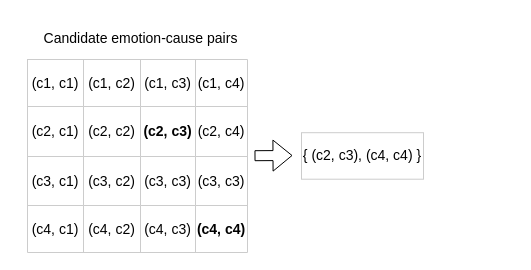
This is figure1b.drawio from zhoucz97/paper_figure, a draw.io file, before an edit. Source tidied: cells renumbered, new cells numbered last; positions are measured from the earlier drawing's top-left corner, leaving out a move shared by most shapes. Both pictures are drawn from the tidied source at 100%, with x=0, y=0 at pixel (27, 28).
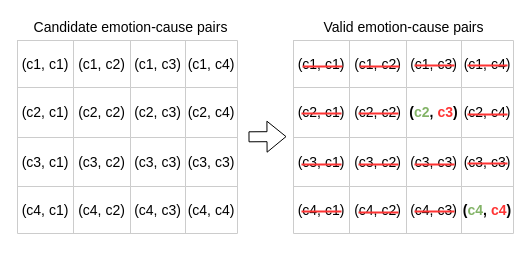
After the change.

The change refers to these unchanged cells:
```xml
<mxCell id="8" style="shape=partialRectangle;fillColor=none;top=0;left=0;bottom=0;right=0;" parent="2" vertex="1">
  <mxGeometry y="47" width="220" height="50" as="geometry" />
</mxCell>
<mxCell id="18" style="shape=partialRectangle;fillColor=none;top=0;left=0;bottom=0;right=0;" parent="2" vertex="1">
  <mxGeometry y="146" width="220" height="47" as="geometry" />
</mxCell>
```

What changed in the source:
```diff
@@
     <mxCell id="2" style="shape=table;startSize=0;childLayout=tableLayout;strokeColor=#CCCCCC;" parent="1" vertex="1">
-      <mxGeometry y="31" width="220" height="193" as="geometry" />
+      <mxGeometry x="-10" y="12" width="220" height="193" as="geometry" />
     </mxCell>
@@
-    <mxCell id="11" value="&lt;span style=&quot;font-size: 14px&quot;&gt;&lt;b&gt;(c2, c3)&lt;/b&gt;&lt;/span&gt;" style="shape=partialRectangle;html=1;whiteSpace=wrap;overflow=hidden;fillColor=none;top=0;left=0;bottom=0;right=0;" parent="8" vertex="1">
+    <mxCell id="11" value="&lt;span style=&quot;font-size: 14px&quot;&gt;(c2, c3)&lt;/span&gt;" style="shape=partialRectangle;html=1;whiteSpace=wrap;overflow=hidden;fillColor=none;top=0;left=0;bottom=0;right=0;" parent="8" vertex="1">
       <mxGeometry x="113" width="55" height="50" as="geometry" />
     </mxCell>
@@
-    <mxCell id="22" value="&lt;span style=&quot;font-size: 14px&quot;&gt;&lt;b&gt;(c4, c4)&lt;/b&gt;&lt;/span&gt;" style="shape=partialRectangle;html=1;whiteSpace=wrap;overflow=hidden;fillColor=none;top=0;left=0;bottom=0;right=0;" parent="18" vertex="1">
+    <mxCell id="22" value="&lt;span style=&quot;font-size: 14px&quot;&gt;(c4, c4)&lt;/span&gt;" style="shape=partialRectangle;html=1;whiteSpace=wrap;overflow=hidden;fillColor=none;top=0;left=0;bottom=0;right=0;" parent="18" vertex="1">
       <mxGeometry x="168" width="52" height="47" as="geometry" />
     </mxCell>
     <mxCell id="23" style="endArrow=classic;html=1;shape=flexArrow;" parent="1" edge="1">
       <mxGeometry relative="1" as="geometry">
-        <mxPoint x="227" y="127.2" as="sourcePoint" />
-        <mxPoint x="265" y="127" as="targetPoint" />
+        <mxPoint x="221" y="108.3" as="sourcePoint" />
+        <mxPoint x="259" y="108.1" as="targetPoint" />
       </mxGeometry>
     </mxCell>
-    <mxCell id="24" value="&lt;font style=&quot;font-size: 14px&quot;&gt;{ (c2, c3), (c4, c4) }&lt;/font&gt;" style="rounded=0;whiteSpace=wrap;html=1;strokeWidth=1;strokeColor=#CCCCCC;" parent="1" vertex="1">
-      <mxGeometry x="274" y="104.2" width="122" height="46.5" as="geometry" />
-    </mxCell>
     <mxCell id="25" value="&lt;font style=&quot;font-size: 14px&quot;&gt;Candidate emotion-cause pairs&lt;/font&gt;" style="text;html=1;strokeColor=none;fillColor=none;align=center;verticalAlign=middle;whiteSpace=wrap;rounded=0;rotation=0;" parent="1" vertex="1">
-      <mxGeometry x="7" width="213" height="20" as="geometry" />
+      <mxGeometry x="-3" y="-11" width="213" height="20" as="geometry" />
     </mxCell>
+    <mxCell id="26" style="shape=table;startSize=0;childLayout=tableLayout;strokeColor=#CCCCCC;" parent="1" vertex="1">
+      <mxGeometry x="266" y="12" width="220" height="193" as="geometry" />
+    </mxCell>
+    <mxCell id="27" style="shape=partialRectangle;fillColor=none;top=0;left=0;bottom=0;right=0;" parent="26" vertex="1">
+      <mxGeometry width="220" height="47" as="geometry" />
+    </mxCell>
+    <mxCell id="28" value="&lt;font style=&quot;font-size: 14px&quot;&gt;(c1, c1)&lt;/font&gt;" style="shape=partialRectangle;html=1;whiteSpace=wrap;overflow=hidden;fillColor=none;top=0;left=0;bottom=0;right=0;" parent="27" vertex="1">
+      <mxGeometry width="56" height="47" as="geometry" />
+    </mxCell>
+    <mxCell id="29" value="&lt;font style=&quot;font-size: 14px&quot;&gt;(c1, c2)&lt;/font&gt;" style="shape=partialRectangle;html=1;whiteSpace=wrap;overflow=hidden;fillColor=none;top=0;left=0;bottom=0;right=0;" parent="27" vertex="1">
+      <mxGeometry x="56" width="57" height="47" as="geometry" />
+    </mxCell>
+    <mxCell id="30" value="&lt;span&gt;&lt;font style=&quot;font-size: 14px&quot;&gt;(c1, c3)&lt;/font&gt;&lt;/span&gt;" style="shape=partialRectangle;html=1;whiteSpace=wrap;overflow=hidden;fillColor=none;top=0;left=0;bottom=0;right=0;" parent="27" vertex="1">
+      <mxGeometry x="113" width="55" height="47" as="geometry" />
+    </mxCell>
+    <mxCell id="31" value="&lt;span&gt;&lt;font style=&quot;font-size: 14px&quot;&gt;(c1, c4)&lt;/font&gt;&lt;/span&gt;" style="shape=partialRectangle;html=1;whiteSpace=wrap;overflow=hidden;fillColor=none;top=0;left=0;bottom=0;right=0;" parent="27" vertex="1">
+      <mxGeometry x="168" width="52" height="47" as="geometry" />
+    </mxCell>
+    <mxCell id="32" style="shape=partialRectangle;fillColor=none;top=0;left=0;bottom=0;right=0;" parent="26" vertex="1">
+      <mxGeometry y="47" width="220" height="50" as="geometry" />
+    </mxCell>
+    <mxCell id="33" value="&lt;font style=&quot;font-size: 14px&quot;&gt;(c2, c1)&lt;/font&gt;" style="shape=partialRectangle;html=1;whiteSpace=wrap;overflow=hidden;fillColor=none;top=0;left=0;bottom=0;right=0;" parent="32" vertex="1">
+      <mxGeometry width="56" height="50" as="geometry" />
+    </mxCell>
+    <mxCell id="34" value="&lt;span style=&quot;font-size: 14px&quot;&gt;(c2, c2)&lt;/span&gt;" style="shape=partialRectangle;html=1;whiteSpace=wrap;overflow=hidden;fillColor=none;top=0;left=0;bottom=0;right=0;" parent="32" vertex="1">
+      <mxGeometry x="56" width="57" height="50" as="geometry" />
+    </mxCell>
+    <mxCell id="35" value="&lt;span style=&quot;font-size: 14px&quot;&gt;&lt;b&gt;(&lt;font color=&quot;#82b366&quot;&gt;c2&lt;/font&gt;, &lt;font color=&quot;#ff3333&quot;&gt;c3&lt;/font&gt;)&lt;/b&gt;&lt;/span&gt;" style="shape=partialRectangle;html=1;whiteSpace=wrap;overflow=hidden;fillColor=none;top=0;left=0;bottom=0;right=0;" parent="32" vertex="1">
+      <mxGeometry x="113" width="55" height="50" as="geometry" />
+    </mxCell>
+    <mxCell id="36" value="&lt;span style=&quot;font-size: 14px&quot;&gt;(c2, c4)&lt;/span&gt;" style="shape=partialRectangle;html=1;whiteSpace=wrap;overflow=hidden;fillColor=none;top=0;left=0;bottom=0;right=0;" parent="32" vertex="1">
+      <mxGeometry x="168" width="52" height="50" as="geometry" />
+    </mxCell>
+    <mxCell id="37" style="shape=partialRectangle;fillColor=none;top=0;left=0;bottom=0;right=0;" parent="26" vertex="1">
+      <mxGeometry y="97" width="220" height="49" as="geometry" />
+    </mxCell>
+    <mxCell id="38" value="&lt;span style=&quot;font-size: 14px&quot;&gt;(c3, c1)&lt;/span&gt;" style="shape=partialRectangle;html=1;whiteSpace=wrap;overflow=hidden;fillColor=none;top=0;left=0;bottom=0;right=0;" parent="37" vertex="1">
+      <mxGeometry width="56" height="49" as="geometry" />
+    </mxCell>
+    <mxCell id="39" value="&lt;span style=&quot;font-size: 14px&quot;&gt;(c3, c2)&lt;/span&gt;" style="shape=partialRectangle;html=1;whiteSpace=wrap;overflow=hidden;fillColor=none;top=0;left=0;bottom=0;right=0;" parent="37" vertex="1">
+      <mxGeometry x="56" width="57" height="49" as="geometry" />
+    </mxCell>
+    <mxCell id="40" value="&lt;span style=&quot;font-size: 14px&quot;&gt;(c3, c3)&lt;/span&gt;" style="shape=partialRectangle;html=1;whiteSpace=wrap;overflow=hidden;fillColor=none;top=0;left=0;bottom=0;right=0;" parent="37" vertex="1">
+      <mxGeometry x="113" width="55" height="49" as="geometry" />
+    </mxCell>
+    <mxCell id="41" value="&lt;span style=&quot;font-size: 14px&quot;&gt;(c3, c3)&lt;/span&gt;" style="shape=partialRectangle;html=1;whiteSpace=wrap;overflow=hidden;fillColor=none;top=0;left=0;bottom=0;right=0;" parent="37" vertex="1">
+      <mxGeometry x="168" width="52" height="49" as="geometry" />
+    </mxCell>
+    <mxCell id="42" style="shape=partialRectangle;fillColor=none;top=0;left=0;bottom=0;right=0;" parent="26" vertex="1">
+      <mxGeometry y="146" width="220" height="47" as="geometry" />
+    </mxCell>
+    <mxCell id="43" value="&lt;span style=&quot;font-size: 14px&quot;&gt;(c4, c1)&lt;/span&gt;" style="shape=partialRectangle;html=1;whiteSpace=wrap;overflow=hidden;fillColor=none;top=0;left=0;bottom=0;right=0;" parent="42" vertex="1">
+      <mxGeometry width="56" height="47" as="geometry" />
+    </mxCell>
+    <mxCell id="44" value="&lt;span style=&quot;font-size: 14px&quot;&gt;(c4, c2)&lt;/span&gt;" style="shape=partialRectangle;html=1;whiteSpace=wrap;overflow=hidden;fillColor=none;top=0;left=0;bottom=0;right=0;" parent="42" vertex="1">
+      <mxGeometry x="56" width="57" height="47" as="geometry" />
+    </mxCell>
+    <mxCell id="45" value="&lt;span style=&quot;font-size: 14px&quot;&gt;(c4, c3)&lt;/span&gt;" style="shape=partialRectangle;html=1;whiteSpace=wrap;overflow=hidden;fillColor=none;top=0;left=0;bottom=0;right=0;" parent="42" vertex="1">
+      <mxGeometry x="113" width="55" height="47" as="geometry" />
+    </mxCell>
+    <mxCell id="46" value="&lt;span style=&quot;font-size: 14px&quot;&gt;&lt;b&gt;(&lt;font color=&quot;#82b366&quot;&gt;c4&lt;/font&gt;, &lt;font color=&quot;#ff3333&quot;&gt;c4&lt;/font&gt;)&lt;/b&gt;&lt;/span&gt;" style="shape=partialRectangle;html=1;whiteSpace=wrap;overflow=hidden;fillColor=none;top=0;left=0;bottom=0;right=0;" parent="42" vertex="1">
+      <mxGeometry x="168" width="52" height="47" as="geometry" />
+    </mxCell>
+    <mxCell id="47" value="&lt;font style=&quot;font-size: 14px&quot;&gt;Valid emotion-cause pairs&lt;/font&gt;" style="text;html=1;strokeColor=none;fillColor=none;align=center;verticalAlign=middle;whiteSpace=wrap;rounded=0;rotation=0;" parent="1" vertex="1">
+      <mxGeometry x="269.5" y="-11" width="213" height="20" as="geometry" />
+    </mxCell>
+    <mxCell id="48" style="endArrow=none;html=1;fillColor=#f8cecc;strokeColor=#FF3333;strokeWidth=2;" parent="1" edge="1">
+      <mxGeometry relative="1" as="geometry">
+        <mxPoint x="275" y="38" as="sourcePoint" />
+        <mxPoint x="315" y="38" as="targetPoint" />
+      </mxGeometry>
+    </mxCell>
+    <mxCell id="49" style="endArrow=none;html=1;fillColor=#f8cecc;strokeColor=#FF3333;strokeWidth=2;" parent="1" edge="1">
+      <mxGeometry relative="1" as="geometry">
+        <mxPoint x="332" y="38" as="sourcePoint" />
+        <mxPoint x="372" y="38" as="targetPoint" />
+      </mxGeometry>
+    </mxCell>
+    <mxCell id="50" style="endArrow=none;html=1;fillColor=#f8cecc;strokeColor=#FF3333;strokeWidth=2;" parent="1" edge="1">
+      <mxGeometry relative="1" as="geometry">
+        <mxPoint x="387" y="37" as="sourcePoint" />
+        <mxPoint x="427" y="37" as="targetPoint" />
+      </mxGeometry>
+    </mxCell>
+    <mxCell id="51" style="endArrow=none;html=1;fillColor=#f8cecc;strokeColor=#FF3333;strokeWidth=2;" parent="1" edge="1">
+      <mxGeometry relative="1" as="geometry">
+        <mxPoint x="440" y="37" as="sourcePoint" />
+        <mxPoint x="480" y="37" as="targetPoint" />
+      </mxGeometry>
+    </mxCell>
+    <mxCell id="52" style="endArrow=none;html=1;fillColor=#f8cecc;strokeColor=#FF3333;strokeWidth=2;" parent="1" edge="1">
+      <mxGeometry relative="1" as="geometry">
+        <mxPoint x="274" y="85" as="sourcePoint" />
+        <mxPoint x="314" y="85" as="targetPoint" />
+      </mxGeometry>
+    </mxCell>
+    <mxCell id="53" style="endArrow=none;html=1;fillColor=#f8cecc;strokeColor=#FF3333;strokeWidth=2;" parent="1" edge="1">
+      <mxGeometry relative="1" as="geometry">
+        <mxPoint x="331" y="85" as="sourcePoint" />
+        <mxPoint x="371" y="85" as="targetPoint" />
+      </mxGeometry>
+    </mxCell>
+    <mxCell id="54" style="endArrow=none;html=1;fillColor=#f8cecc;strokeColor=#FF3333;strokeWidth=2;" parent="1" edge="1">
+      <mxGeometry relative="1" as="geometry">
+        <mxPoint x="440" y="86" as="sourcePoint" />
+        <mxPoint x="480" y="86" as="targetPoint" />
+      </mxGeometry>
+    </mxCell>
+    <mxCell id="55" style="endArrow=none;html=1;fillColor=#f8cecc;strokeColor=#FF3333;strokeWidth=2;" parent="1" edge="1">
+      <mxGeometry relative="1" as="geometry">
+        <mxPoint x="274" y="136" as="sourcePoint" />
+        <mxPoint x="314" y="136" as="targetPoint" />
+      </mxGeometry>
+    </mxCell>
+    <mxCell id="56" style="endArrow=none;html=1;fillColor=#f8cecc;strokeColor=#FF3333;strokeWidth=2;" parent="1" edge="1">
+      <mxGeometry relative="1" as="geometry">
+        <mxPoint x="331" y="136" as="sourcePoint" />
+        <mxPoint x="371" y="136" as="targetPoint" />
+      </mxGeometry>
+    </mxCell>
+    <mxCell id="57" style="endArrow=none;html=1;fillColor=#f8cecc;strokeColor=#FF3333;strokeWidth=2;" parent="1" edge="1">
+      <mxGeometry relative="1" as="geometry">
+        <mxPoint x="387" y="136" as="sourcePoint" />
+        <mxPoint x="427" y="136" as="targetPoint" />
+      </mxGeometry>
+    </mxCell>
+    <mxCell id="58" style="endArrow=none;html=1;fillColor=#f8cecc;strokeColor=#FF3333;strokeWidth=2;" parent="1" edge="1">
+      <mxGeometry relative="1" as="geometry">
+        <mxPoint x="274" y="183" as="sourcePoint" />
+        <mxPoint x="314" y="183" as="targetPoint" />
+      </mxGeometry>
+    </mxCell>
+    <mxCell id="59" style="endArrow=none;html=1;fillColor=#f8cecc;strokeColor=#FF3333;strokeWidth=2;" parent="1" edge="1">
+      <mxGeometry relative="1" as="geometry">
+        <mxPoint x="440" y="135" as="sourcePoint" />
+        <mxPoint x="480" y="135" as="targetPoint" />
+      </mxGeometry>
+    </mxCell>
+    <mxCell id="60" style="endArrow=none;html=1;fillColor=#f8cecc;strokeColor=#FF3333;strokeWidth=2;" parent="1" edge="1">
+      <mxGeometry relative="1" as="geometry">
+        <mxPoint x="331" y="184" as="sourcePoint" />
+        <mxPoint x="371" y="184" as="targetPoint" />
+      </mxGeometry>
+    </mxCell>
+    <mxCell id="61" style="endArrow=none;html=1;fillColor=#f8cecc;strokeColor=#FF3333;strokeWidth=2;" parent="1" edge="1">
+      <mxGeometry relative="1" as="geometry">
+        <mxPoint x="387" y="183" as="sourcePoint" />
+        <mxPoint x="427" y="183" as="targetPoint" />
+      </mxGeometry>
+    </mxCell>
```
